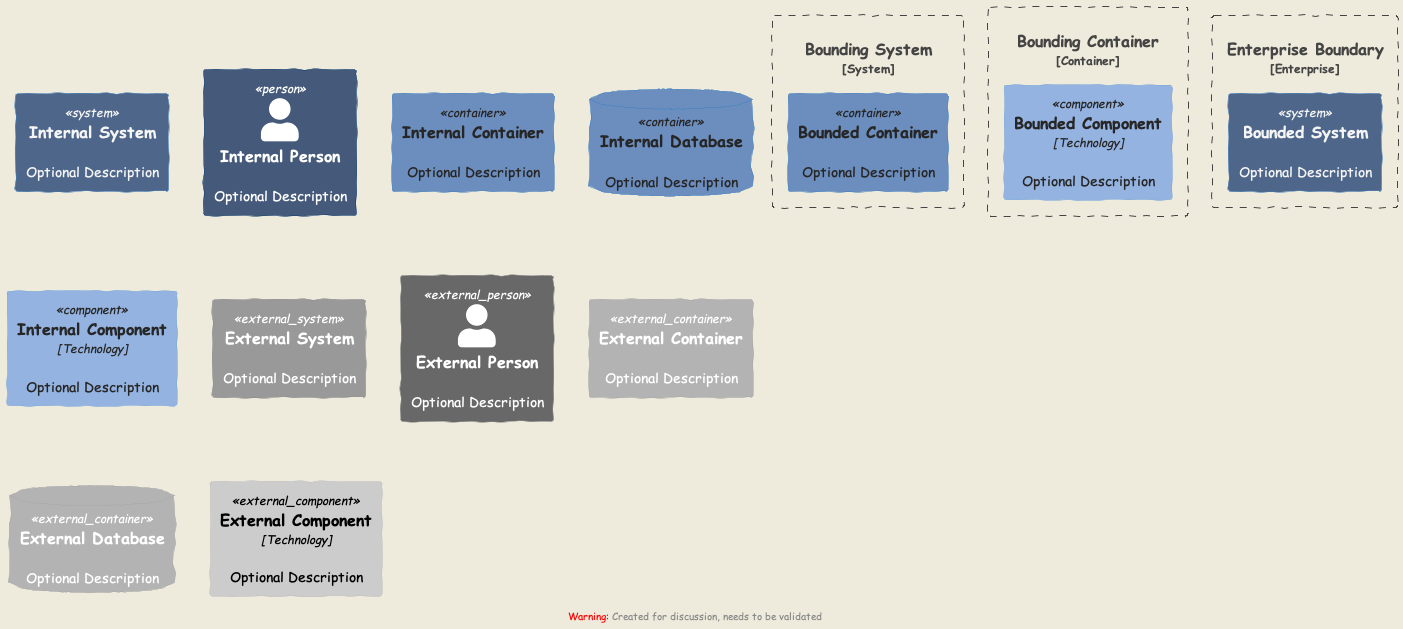
This is docs/Sketch.png from haleyrc/c4, a PlantUML export, as it was before one commit. Its diagram source:
```plantuml
@startuml Sketch
!include https://raw.githubusercontent.com/plantuml-stdlib/C4-PlantUML/master/C4_Container.puml
!include https://raw.githubusercontent.com/plantuml-stdlib/C4-PlantUML/master/C4_Component.puml

LAYOUT_TOP_DOWN()
LAYOUT_AS_SKETCH()

UpdateElementStyle(system, $bgColor="#4E668A", $fontColor="#F5F5F5")
UpdateElementStyle(container, $bgColor="#6C8EBF", $fontColor="#262626")
UpdateElementStyle(component, $bgColor="#94B3E0", $fontColor="#262626")
UpdateElementStyle(person, $bgColor="#455A7A", $fontColor="#ffffff")
System(internalSystem, "Internal System", "Optional Description")
Person(internalPerson, "Internal Person", "Optional Description")
Container(internalContainer, "Internal Container", "", "Optional Description")
ContainerDb(internalDatabase, "Internal Database", "", "Optional Description")
Component(internalComponent, "Internal Component", "Technology", "Optional Description")
System_Ext(externalSystem, "External System", "Optional Description")
Person_Ext(externalPerson, "External Person", "Optional Description")
Container_Ext(externalContainer, "External Container", "", "Optional Description")
ContainerDb_Ext(externalDatabase, "External Database", "", "Optional Description")
Component_Ext(externalComponent, "External Component", "Technology", "Optional Description")
System_Boundary(boundingSystem, "Bounding System") {
	Container(boundedContainer, "Bounded Container", "", "Optional Description")
}
Container_Boundary(boundingContainer, "Bounding Container") {
	Component(boundedComponent, "Bounded Component", "Technology", "Optional Description")
}
Enterprise_Boundary(enterpriseBoundary, "Enterprise Boundary") {
	System(boundedSystem, "Bounded System", "Optional Description")
}
@enduml
```
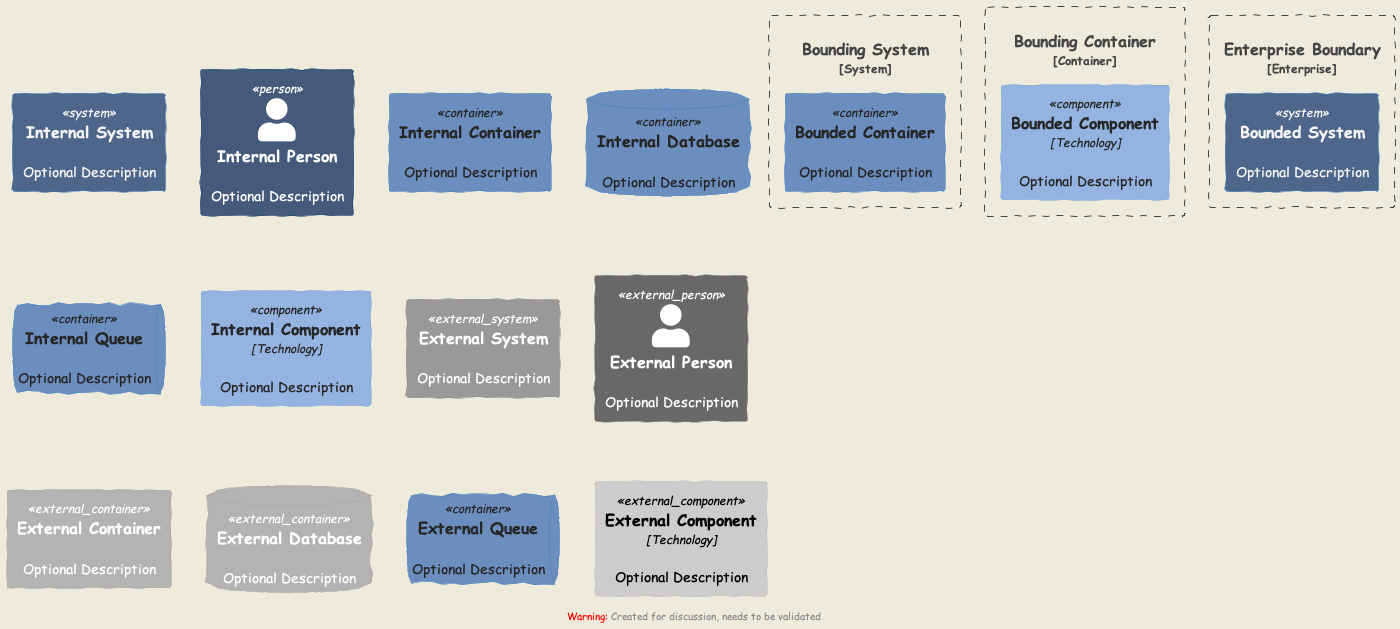
After the commit.

Commit message:
feat: Add a queue element type (#7)

Change to the diagram source:
```diff
@@ -13,11 +13,13 @@
 Person(internalPerson, "Internal Person", "Optional Description")
 Container(internalContainer, "Internal Container", "", "Optional Description")
 ContainerDb(internalDatabase, "Internal Database", "", "Optional Description")
+ContainerQueue(internalQueue, "Internal Queue", "", "Optional Description")
 Component(internalComponent, "Internal Component", "Technology", "Optional Description")
 System_Ext(externalSystem, "External System", "Optional Description")
 Person_Ext(externalPerson, "External Person", "Optional Description")
 Container_Ext(externalContainer, "External Container", "", "Optional Description")
 ContainerDb_Ext(externalDatabase, "External Database", "", "Optional Description")
+ContainerQueue(externalQueue, "External Queue", "", "Optional Description")
 Component_Ext(externalComponent, "External Component", "Technology", "Optional Description")
 System_Boundary(boundingSystem, "Bounding System") {
 	Container(boundedContainer, "Bounded Container", "", "Optional Description")
```
